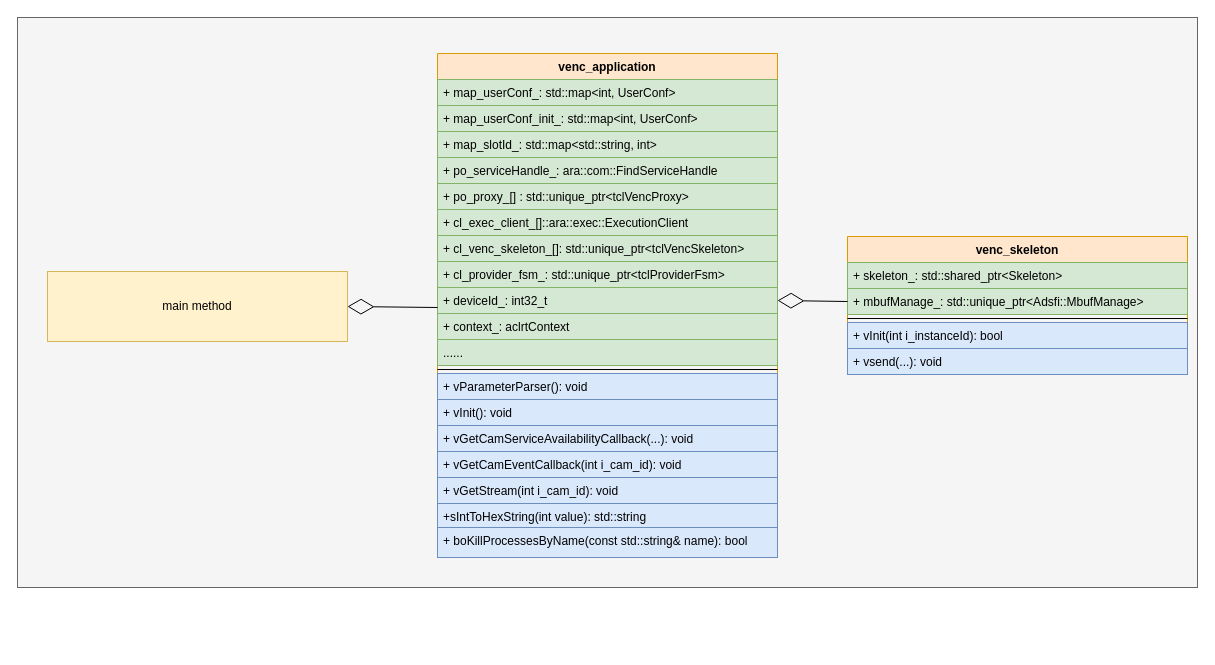
Above: venc静态图.drawio in xiaoleli/diagrams (draw.io), before the change. Source tidied: cells renumbered, new cells numbered last; positions are measured from the earlier drawing's top-left corner, leaving out a move shared by most shapes. Both pictures are drawn from the tidied source at 100%, with x=0, y=0 at pixel (17, 17).
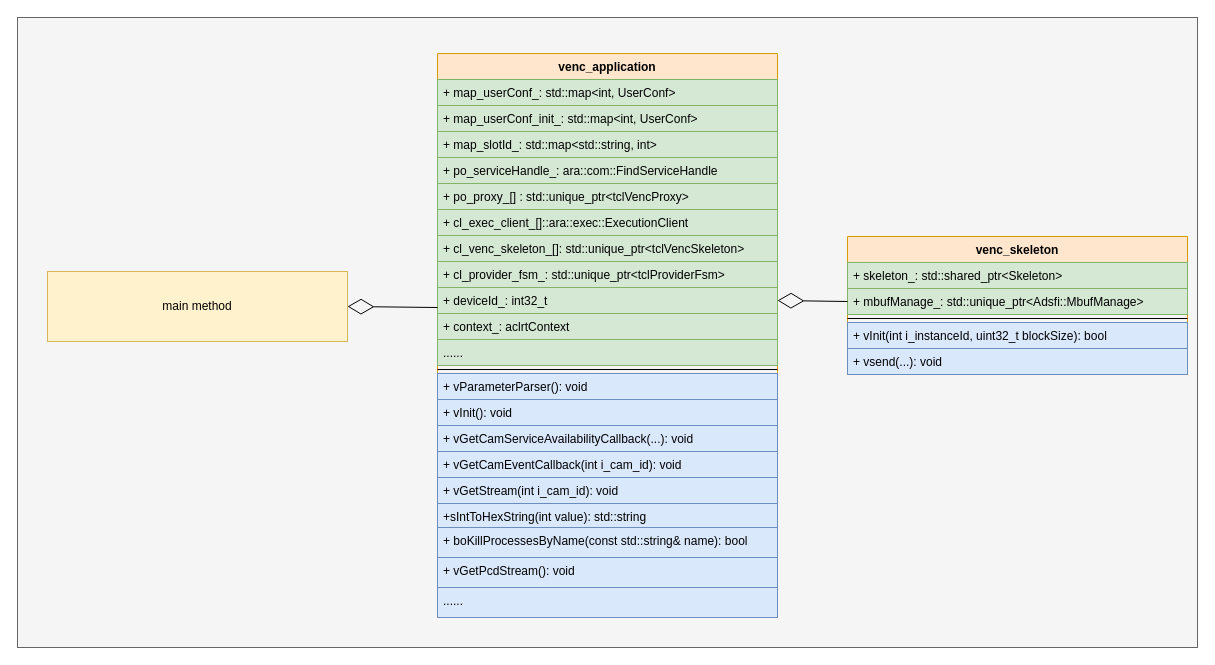
The same page after the edit.

Commit message:
更新venc静态图.drawio

The change refers to these unchanged cells:
```xml
<mxCell id="24" value="venc_skeleton" style="swimlane;fontStyle=1;align=center;verticalAlign=top;horizontal=1;startSize=26;fillColor=#ffe6cc;strokeColor=#d79b00;" parent="1" vertex="1">
  <mxGeometry x="830" y="219" width="340" height="138" as="geometry" />
</mxCell>
```

What changed in the source:
```diff
@@
     <mxCell id="2" style="html=1;fillColor=#f5f5f5;fontColor=#333333;strokeColor=#666666;" parent="1" vertex="1">
-      <mxGeometry width="1180" height="570" as="geometry" />
+      <mxGeometry width="1180" height="630" as="geometry" />
     </mxCell>
@@
-    <mxCell id="28" value="+ vInit(int i_instanceId): bool" style="text;strokeColor=#6c8ebf;fillColor=#dae8fc;align=left;verticalAlign=top;spacingLeft=4;spacingRight=4;overflow=hidden;" parent="24" vertex="1">
+    <mxCell id="28" value="+ vInit(int i_instanceId, uint32_t blockSize): bool" style="text;strokeColor=#6c8ebf;fillColor=#dae8fc;align=left;verticalAlign=top;spacingLeft=4;spacingRight=4;overflow=hidden;" parent="24" vertex="1">
       <mxGeometry y="86" width="340" height="26" as="geometry" />
     </mxCell>
@@
+    <mxCell id="32" value="+ vGetPcdStream(): void" style="text;strokeColor=#6c8ebf;fillColor=#dae8fc;align=left;verticalAlign=top;spacingLeft=4;spacingRight=4;overflow=hidden;" parent="1" vertex="1">
+      <mxGeometry x="420" y="540" width="340" height="30" as="geometry" />
+    </mxCell>
+    <mxCell id="33" value="......" style="text;strokeColor=#6c8ebf;fillColor=#dae8fc;align=left;verticalAlign=top;spacingLeft=4;spacingRight=4;overflow=hidden;" parent="1" vertex="1">
+      <mxGeometry x="420" y="570" width="340" height="30" as="geometry" />
+    </mxCell>
```
